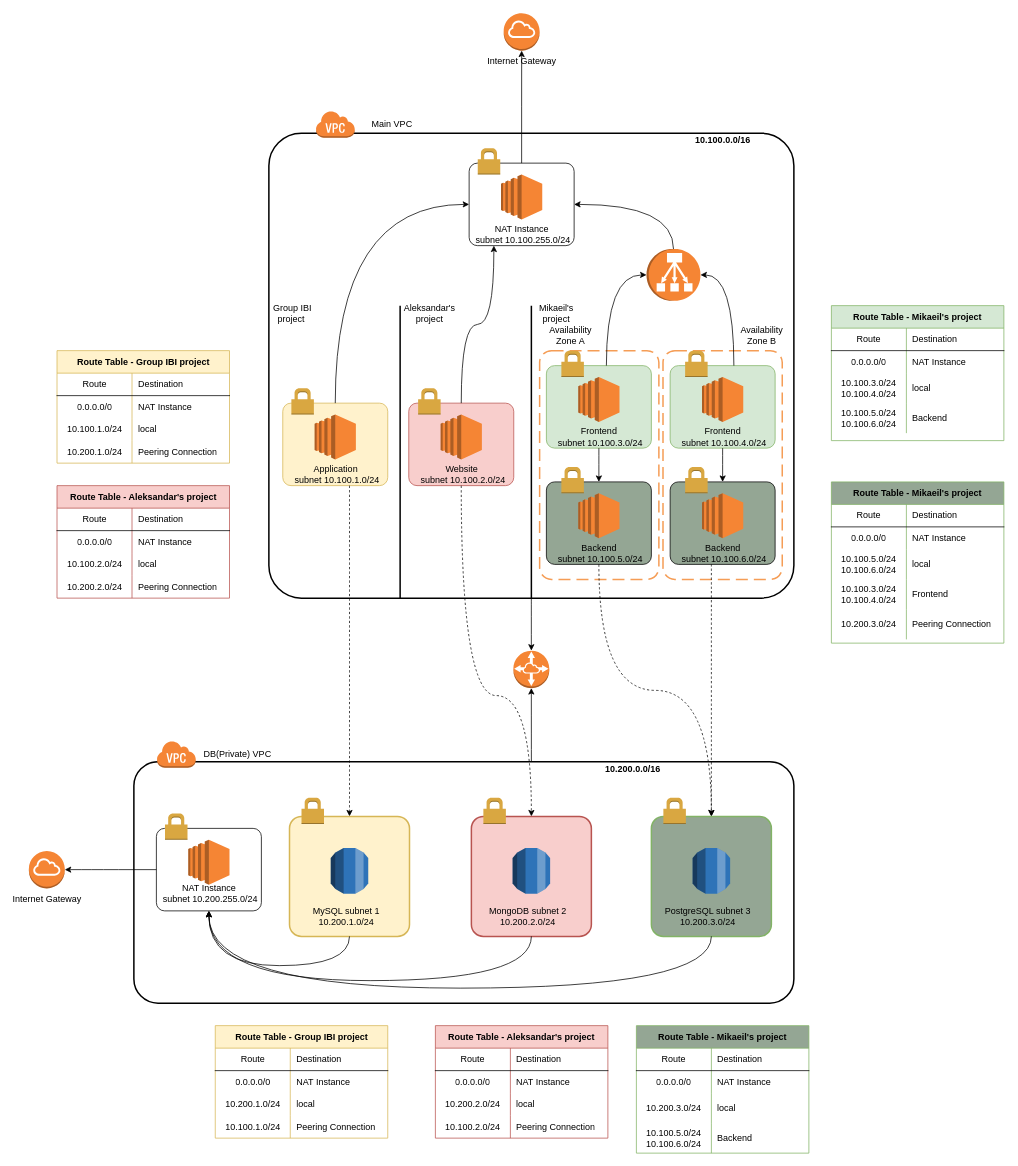
Before: Documentation/AWS_Infrastructure for 3.drawio in dmitrlv/RDEnvi, a draw.io diagram. Source tidied: cells renumbered, new cells numbered last; positions are measured from the earlier drawing's top-left corner, leaving out a move shared by most shapes. Both pictures are drawn from the tidied source at 75%, with x=0, y=0 at pixel (28, 13).
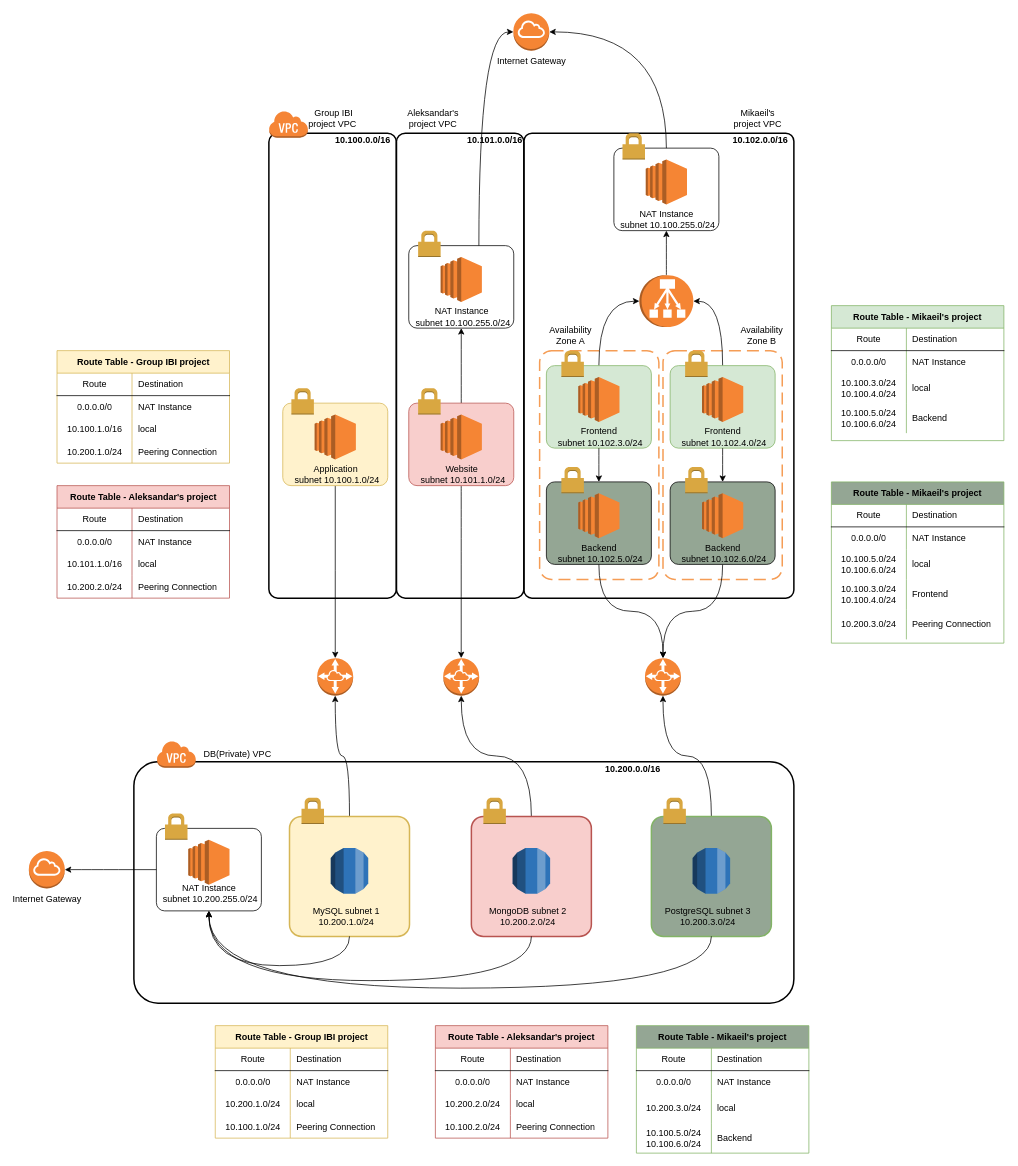
The same page after the edit.

Unchanged cells that the change refers to:
```xml
<mxCell id="2" style="rounded=1;arcSize=10;dashed=0;gradientColor=none;strokeWidth=1;fillColor=#94A694;" parent="1" vertex="1">
  <mxGeometry x="690" y="625" width="140" height="110" as="geometry" />
</mxCell>
<mxCell id="3" style="rounded=1;arcSize=10;dashed=0;gradientColor=none;strokeWidth=1;fillColor=#94A694;" parent="1" vertex="1">
  <mxGeometry x="855" y="625" width="140" height="110" as="geometry" />
</mxCell>
<mxCell id="4" style="rounded=1;arcSize=10;dashed=0;fillColor=#d5e8d4;strokeWidth=1;strokeColor=#82b366;" parent="1" vertex="1">
  <mxGeometry x="855" y="470" width="140" height="110" as="geometry" />
</mxCell>
<mxCell id="5" style="rounded=1;arcSize=10;dashed=0;fillColor=#d5e8d4;strokeWidth=1;strokeColor=#82b366;" parent="1" vertex="1">
  <mxGeometry x="690" y="470" width="140" height="110" as="geometry" />
</mxCell>
<mxCell id="6" style="rounded=1;arcSize=10;dashed=0;fillColor=#f8cecc;strokeWidth=1;strokeColor=#b85450;" parent="1" vertex="1">
  <mxGeometry x="506.5" y="520" width="140" height="110" as="geometry" />
</mxCell>
<mxCell id="7" style="rounded=1;arcSize=10;dashed=0;fillColor=#fff2cc;strokeWidth=1;strokeColor=#d6b656;" parent="1" vertex="1">
  <mxGeometry x="338.5" y="520" width="140" height="110" as="geometry" />
</mxCell>
<mxCell id="8" style="rounded=1;arcSize=10;dashed=0;fillColor=none;gradientColor=none;strokeWidth=2;" parent="1" vertex="1">
  <mxGeometry x="140" y="998" width="880" height="322" as="geometry" />
</mxCell>
<mxCell id="62" style="rounded=1;arcSize=10;dashed=0;fillColor=#fff2cc;strokeWidth=2;strokeColor=#d6b656;" parent="1" vertex="1">
  <mxGeometry x="347.5" y="1071" width="160" height="160" as="geometry" />
</mxCell>
<mxCell id="66" style="rounded=1;arcSize=10;dashed=0;fillColor=#f8cecc;strokeWidth=2;strokeColor=#b85450;" parent="1" vertex="1">
  <mxGeometry x="590" y="1071" width="160" height="160" as="geometry" />
</mxCell>
<mxCell id="70" style="rounded=1;arcSize=10;dashed=0;strokeWidth=2;strokeColor=#82b366;fillColor=#94A694;" parent="1" vertex="1">
  <mxGeometry x="830" y="1071" width="160" height="160" as="geometry" />
</mxCell>
<mxCell id="83" style="shape=partialRectangle;html=1;whiteSpace=wrap;fillColor=none;top=0;left=0;bottom=0;right=0;" parent="76" vertex="1">
  <mxGeometry y="90" width="230" height="30" as="geometry" />
</mxCell>
<mxCell id="105" style="shape=partialRectangle;html=1;whiteSpace=wrap;fillColor=none;top=0;left=0;bottom=0;right=0;" parent="98" vertex="1">
  <mxGeometry y="90" width="230" height="30" as="geometry" />
</mxCell>
```

Change to the diagram source:
```diff
@@
+    <mxCell id="11" style="rounded=1;arcSize=10;dashed=1;strokeColor=#F59D56;fillColor=none;gradientColor=none;dashPattern=8 4;strokeWidth=2;" parent="1" vertex="1">
+      <mxGeometry x="845.5" y="450" width="159" height="305" as="geometry" />
+    </mxCell>
+    <mxCell id="12" style="rounded=1;arcSize=10;dashed=1;strokeColor=#F59D56;fillColor=none;gradientColor=none;dashPattern=8 4;strokeWidth=2;" parent="1" vertex="1">
+      <mxGeometry x="681" y="450" width="159" height="305" as="geometry" />
+    </mxCell>
+    <mxCell id="179" style="rounded=1;whiteSpace=wrap;html=1;fillColor=none;strokeWidth=2;arcSize=3;" parent="1" vertex="1">
+      <mxGeometry x="660" y="160" width="360" height="620" as="geometry" />
+    </mxCell>
+    <mxCell id="10" style="rounded=1;whiteSpace=wrap;html=1;fillColor=none;strokeWidth=2;arcSize=7;" parent="1" vertex="1">
+      <mxGeometry x="320" y="160" width="170" height="620" as="geometry" />
+    </mxCell>
+    <mxCell id="180" style="rounded=1;whiteSpace=wrap;html=1;fillColor=none;strokeWidth=2;arcSize=7;" parent="1" vertex="1">
+      <mxGeometry x="490" y="160" width="170" height="620" as="geometry" />
+    </mxCell>
@@
+    <mxCell id="181" style="edgeStyle=orthogonalEdgeStyle;curved=1;jettySize=auto;html=1;" parent="1" edge="1" source="3" target="199">
+      <mxGeometry relative="1" as="geometry" />
+    </mxCell>
@@
+    <mxCell id="45" style="edgeStyle=orthogonalEdgeStyle;curved=1;jettySize=auto;html=1;entryX=0.5;entryY=0;entryDx=0;entryDy=0;entryPerimeter=0;" parent="1" edge="1" source="4" target="58">
+      <mxGeometry relative="1" as="geometry" />
+    </mxCell>
@@
+    <mxCell id="32" style="edgeStyle=orthogonalEdgeStyle;jettySize=auto;html=1;entryX=0.5;entryY=1;entryDx=0;entryDy=0;entryPerimeter=0;curved=1;" parent="1" edge="1" source="5" target="58">
+      <mxGeometry relative="1" as="geometry" />
+    </mxCell>
@@
+    <mxCell id="24" style="edgeStyle=orthogonalEdgeStyle;curved=1;jettySize=auto;html=1;" parent="1" edge="1" source="6" target="56">
+      <mxGeometry relative="1" as="geometry" />
+    </mxCell>
+    <mxCell id="182" style="edgeStyle=orthogonalEdgeStyle;curved=1;jettySize=auto;html=1;entryX=0.5;entryY=0;entryDx=0;entryDy=0;entryPerimeter=0;" parent="1" edge="1" source="6" target="198">
+      <mxGeometry relative="1" as="geometry" />
+    </mxCell>
@@
+    <mxCell id="183" style="edgeStyle=orthogonalEdgeStyle;curved=1;jettySize=auto;html=1;" parent="1" edge="1" source="7" target="197">
+      <mxGeometry relative="1" as="geometry" />
+    </mxCell>
@@
-    <mxCell id="9" style="edgeStyle=orthogonalEdgeStyle;curved=1;jettySize=auto;html=1;entryX=0.5;entryY=0;entryDx=0;entryDy=0;entryPerimeter=0;strokeWidth=1;" parent="1" edge="1" source="10" target="75">
-      <mxGeometry relative="1" as="geometry" />
-    </mxCell>
-    <mxCell id="10" style="rounded=1;whiteSpace=wrap;html=1;fillColor=none;strokeWidth=2;arcSize=7;" parent="1" vertex="1">
-      <mxGeometry x="320" y="160" width="700" height="620" as="geometry" />
-    </mxCell>
-    <mxCell id="11" style="rounded=1;arcSize=10;dashed=1;strokeColor=#F59D56;fillColor=none;gradientColor=none;dashPattern=8 4;strokeWidth=2;" parent="1" vertex="1">
-      <mxGeometry x="845.5" y="450" width="159" height="305" as="geometry" />
-    </mxCell>
-    <mxCell id="12" style="rounded=1;arcSize=10;dashed=1;strokeColor=#F59D56;fillColor=none;gradientColor=none;dashPattern=8 4;strokeWidth=2;" parent="1" vertex="1">
-      <mxGeometry x="681" y="450" width="159" height="305" as="geometry" />
-    </mxCell>
-    <mxCell id="13" style="endArrow=none;html=1;strokeWidth=2;exitX=0.25;exitY=1;exitDx=0;exitDy=0;" parent="1" edge="1" source="10">
-      <mxGeometry relative="1" as="geometry">
-        <mxPoint x="495" y="390" as="targetPoint" />
-      </mxGeometry>
-    </mxCell>
-    <mxCell id="14" style="endArrow=none;html=1;strokeWidth=2;exitX=0.5;exitY=1;exitDx=0;exitDy=0;" parent="1" edge="1" source="10">
-      <mxGeometry relative="1" as="geometry">
-        <mxPoint x="670" y="390" as="targetPoint" />
-      </mxGeometry>
-    </mxCell>
@@
-    <mxCell id="16" style="edgeStyle=orthogonalEdgeStyle;jettySize=auto;html=1;entryX=0;entryY=0.5;entryDx=0;entryDy=0;strokeWidth=1;curved=1;" parent="1" edge="1" source="7" target="54">
-      <mxGeometry relative="1" as="geometry">
-        <Array as="points">
-          <mxPoint x="409" y="255" />
-        </Array>
-      </mxGeometry>
-    </mxCell>
-    <mxCell id="17" style="edgeStyle=orthogonalEdgeStyle;curved=1;jettySize=auto;html=1;entryX=0.5;entryY=0;entryDx=0;entryDy=0;strokeWidth=1;dashed=1;" parent="1" edge="1" source="7" target="62">
-      <mxGeometry relative="1" as="geometry">
-        <Array as="points">
-          <mxPoint x="428" y="851" />
-        </Array>
-      </mxGeometry>
-    </mxCell>
@@
     <mxCell id="20" value="10.100.0.0/16" style="text;html=1;align=center;verticalAlign=middle;strokeWidth=1;fontStyle=1;" parent="1" vertex="1">
-      <mxGeometry x="880" y="160" width="90" height="20" as="geometry" />
+      <mxGeometry x="400" y="160" width="90" height="20" as="geometry" />
     </mxCell>
     <mxCell id="21" style="dashed=0;html=1;shape=mxgraph.aws3.virtual_private_cloud;fillColor=#F58536;gradientColor=none;dashed=0;" parent="1" vertex="1">
-      <mxGeometry x="382.5" y="130" width="52" height="36" as="geometry" />
+      <mxGeometry x="320" y="130" width="52" height="36" as="geometry" />
     </mxCell>
-    <mxCell id="22" value="Main VPC" style="text;html=1;align=center;verticalAlign=middle;" parent="1" vertex="1">
-      <mxGeometry x="449" y="138" width="70" height="20" as="geometry" />
-    </mxCell>
@@
-    <mxCell id="24" style="edgeStyle=orthogonalEdgeStyle;curved=1;jettySize=auto;html=1;strokeWidth=1;" parent="1" edge="1" source="6" target="56">
-      <mxGeometry relative="1" as="geometry">
-        <Array as="points">
-          <mxPoint x="577" y="415" />
-          <mxPoint x="620" y="415" />
-        </Array>
-      </mxGeometry>
-    </mxCell>
-    <mxCell id="25" style="edgeStyle=orthogonalEdgeStyle;curved=1;jettySize=auto;html=1;entryX=0.5;entryY=0;entryDx=0;entryDy=0;dashed=1;strokeWidth=1;" parent="1" edge="1" source="6" target="66">
-      <mxGeometry relative="1" as="geometry">
-        <Array as="points">
-          <mxPoint x="577" y="910" />
-          <mxPoint x="670" y="910" />
-        </Array>
-      </mxGeometry>
-    </mxCell>
@@
-    <mxCell id="27" value="Website&lt;br&gt;&amp;nbsp;subnet&amp;nbsp;10.100.2.0/24" style="text;html=1;align=center;verticalAlign=middle;strokeWidth=1;" parent="1" vertex="1">
+    <mxCell id="27" value="Website&lt;br&gt;&amp;nbsp;subnet&amp;nbsp;10.101.1.0/24" style="text;html=1;align=center;verticalAlign=middle;strokeWidth=1;" parent="1" vertex="1">
       <mxGeometry x="511.5" y="600" width="130" height="30" as="geometry" />
     </mxCell>
-    <mxCell id="28" value="&amp;nbsp;Group IBI project" style="text;html=1;strokeColor=none;fillColor=none;align=center;verticalAlign=middle;whiteSpace=wrap;rounded=0;" parent="1" vertex="1">
-      <mxGeometry x="320" y="390" width="60" height="20" as="geometry" />
+    <mxCell id="28" value="&amp;nbsp;Group IBI project VPC" style="text;html=1;strokeColor=none;fillColor=none;align=center;verticalAlign=middle;whiteSpace=wrap;rounded=0;" parent="1" vertex="1">
+      <mxGeometry x="371" y="130" width="68" height="20" as="geometry" />
     </mxCell>
-    <mxCell id="29" value="Aleksandar's project" style="text;html=1;strokeColor=none;fillColor=none;align=center;verticalAlign=middle;whiteSpace=wrap;rounded=0;" parent="1" vertex="1">
-      <mxGeometry x="506.5" y="390" width="55" height="20" as="geometry" />
+    <mxCell id="29" value="Aleksandar's project VPC" style="text;html=1;strokeColor=none;fillColor=none;align=center;verticalAlign=middle;whiteSpace=wrap;rounded=0;" parent="1" vertex="1">
+      <mxGeometry x="506.5" y="130" width="63.5" height="20" as="geometry" />
     </mxCell>
-    <mxCell id="30" value="Mikaeil's&lt;br&gt;project" style="text;html=1;align=center;verticalAlign=middle;" parent="1" vertex="1">
-      <mxGeometry x="672.5" y="385" width="60" height="30" as="geometry" />
-    </mxCell>
@@
-    <mxCell id="32" style="edgeStyle=orthogonalEdgeStyle;curved=1;jettySize=auto;html=1;entryX=0.5;entryY=1;entryDx=0;entryDy=0;entryPerimeter=0;strokeWidth=1;" parent="1" edge="1" source="5" target="58">
-      <mxGeometry relative="1" as="geometry">
-        <Array as="points">
-          <mxPoint x="770" y="349" />
-        </Array>
-      </mxGeometry>
-    </mxCell>
@@
-    <mxCell id="35" value="Frontend&lt;br&gt;&amp;nbsp;subnet&amp;nbsp;10.100.3.0/24" style="text;html=1;align=center;verticalAlign=middle;points=[];strokeWidth=1;" parent="1" vertex="1">
+    <mxCell id="35" value="Frontend&lt;br&gt;&amp;nbsp;subnet&amp;nbsp;10.102.3.0/24" style="text;html=1;align=center;verticalAlign=middle;points=[];strokeWidth=1;" parent="1" vertex="1">
       <mxGeometry x="695" y="550" width="130" height="30" as="geometry" />
     </mxCell>
@@
-    <mxCell id="37" style="edgeStyle=orthogonalEdgeStyle;curved=1;jettySize=auto;html=1;entryX=0.5;entryY=0;entryDx=0;entryDy=0;dashed=1;strokeWidth=1;" parent="1" edge="1" source="2" target="70">
-      <mxGeometry relative="1" as="geometry" />
-    </mxCell>
@@
+    <mxCell id="184" style="edgeStyle=orthogonalEdgeStyle;curved=1;jettySize=auto;html=1;" parent="1" edge="1" source="39" target="199">
+      <mxGeometry relative="1" as="geometry" />
+    </mxCell>
-    <mxCell id="39" value="Backend&lt;br&gt;&amp;nbsp;subnet&amp;nbsp;10.100.5.0/24" style="text;html=1;align=center;verticalAlign=middle;points=[];strokeWidth=1;" parent="1" vertex="1">
+    <mxCell id="39" value="Backend&lt;br&gt;&amp;nbsp;subnet&amp;nbsp;10.102.5.0/24" style="text;html=1;align=center;verticalAlign=middle;points=[];strokeWidth=1;" parent="1" vertex="1">
       <mxGeometry x="695" y="705" width="130" height="30" as="geometry" />
     </mxCell>
@@
-    <mxCell id="41" style="edgeStyle=orthogonalEdgeStyle;curved=1;jettySize=auto;html=1;entryX=0.5;entryY=0;entryDx=0;entryDy=0;dashed=1;strokeWidth=1;" parent="1" edge="1" source="3" target="70">
-      <mxGeometry relative="1" as="geometry">
-        <Array as="points">
-          <mxPoint x="910" y="830" />
-          <mxPoint x="910" y="830" />
-        </Array>
-      </mxGeometry>
-    </mxCell>
@@
-    <mxCell id="43" value="Backend&lt;br&gt;&amp;nbsp;subnet&amp;nbsp;10.100.6.0/24" style="text;html=1;align=center;verticalAlign=middle;strokeWidth=1;" parent="1" vertex="1">
+    <mxCell id="43" value="Backend&lt;br&gt;&amp;nbsp;subnet&amp;nbsp;10.102.6.0/24" style="text;html=1;align=center;verticalAlign=middle;strokeWidth=1;" parent="1" vertex="1">
       <mxGeometry x="860" y="705" width="130" height="30" as="geometry" />
     </mxCell>
@@
-    <mxCell id="45" style="edgeStyle=orthogonalEdgeStyle;curved=1;jettySize=auto;html=1;entryX=0.5;entryY=0;entryDx=0;entryDy=0;entryPerimeter=0;strokeWidth=1;" parent="1" edge="1" source="4" target="58">
-      <mxGeometry relative="1" as="geometry">
-        <Array as="points">
-          <mxPoint x="940" y="349" />
-        </Array>
-      </mxGeometry>
-    </mxCell>
@@
-    <mxCell id="48" value="Frontend&lt;br&gt;&amp;nbsp;subnet&amp;nbsp;10.100.4.0/24" style="text;html=1;align=center;verticalAlign=middle;points=[];strokeWidth=1;" parent="1" vertex="1">
+    <mxCell id="48" value="Frontend&lt;br&gt;&amp;nbsp;subnet&amp;nbsp;10.102.4.0/24" style="text;html=1;align=center;verticalAlign=middle;points=[];strokeWidth=1;" parent="1" vertex="1">
       <mxGeometry x="860" y="550" width="130" height="30" as="geometry" />
     </mxCell>
@@
     <mxCell id="51" value="Internet Gateway" style="outlineConnect=0;dashed=0;verticalLabelPosition=bottom;verticalAlign=top;align=center;html=1;shape=mxgraph.aws3.internet_gateway;fillColor=#F58534;gradientColor=none;strokeWidth=1;" parent="1" vertex="1">
-      <mxGeometry x="633.1" width="47.9" height="50" as="geometry" />
+      <mxGeometry x="646" width="47.9" height="50" as="geometry" />
     </mxCell>
     <mxCell id="52" style="dashed=0;verticalLabelPosition=bottom;verticalAlign=top;align=center;html=1;shape=mxgraph.aws3.ec2;fillColor=#F58534;gradientColor=none;strokeWidth=1;" parent="1" vertex="1">
-      <mxGeometry x="629.5" y="215" width="55" height="60" as="geometry" />
+      <mxGeometry x="549" y="325" width="55" height="60" as="geometry" />
     </mxCell>
-    <mxCell id="53" style="edgeStyle=orthogonalEdgeStyle;rounded=0;jettySize=auto;html=1;entryX=0.5;entryY=1;entryDx=0;entryDy=0;entryPerimeter=0;strokeWidth=1;" parent="1" edge="1" source="54" target="51">
-      <mxGeometry relative="1" as="geometry" />
+    <mxCell id="53" style="edgeStyle=orthogonalEdgeStyle;curved=1;jettySize=auto;html=1;entryX=0;entryY=0.5;entryDx=0;entryDy=0;entryPerimeter=0;" parent="1" edge="1" source="54" target="51">
+      <mxGeometry relative="1" as="geometry">
+        <Array as="points">
+          <mxPoint x="600" y="25" />
+        </Array>
+      </mxGeometry>
     </mxCell>
     <mxCell id="54" style="rounded=1;arcSize=10;dashed=0;fillColor=none;gradientColor=none;strokeWidth=1;" parent="1" vertex="1">
-      <mxGeometry x="587" y="200" width="140" height="110" as="geometry" />
+      <mxGeometry x="506.5" y="310" width="140" height="110" as="geometry" />
     </mxCell>
     <mxCell id="55" style="dashed=0;html=1;shape=mxgraph.aws3.permissions;fillColor=#D9A741;gradientColor=none;dashed=0;strokeWidth=1;" parent="1" vertex="1">
-      <mxGeometry x="598.5" y="180" width="30" height="35" as="geometry" />
+      <mxGeometry x="519" y="290" width="30" height="35" as="geometry" />
     </mxCell>
     <mxCell id="56" value="NAT Instance&lt;br&gt;&amp;nbsp;subnet&amp;nbsp;10.100.255.0/24" style="text;html=1;align=center;verticalAlign=middle;points=[];strokeWidth=1;" parent="1" vertex="1">
-      <mxGeometry x="587" y="280" width="140" height="30" as="geometry" />
+      <mxGeometry x="506.5" y="390" width="140" height="30" as="geometry" />
     </mxCell>
-    <mxCell id="57" style="edgeStyle=orthogonalEdgeStyle;curved=1;jettySize=auto;html=1;entryX=1;entryY=0.5;entryDx=0;entryDy=0;strokeWidth=1;" parent="1" edge="1" source="58" target="54">
-      <mxGeometry relative="1" as="geometry">
-        <Array as="points">
-          <mxPoint x="860" y="255" />
-        </Array>
-      </mxGeometry>
-    </mxCell>
+    <mxCell id="185" style="edgeStyle=orthogonalEdgeStyle;curved=1;jettySize=auto;html=1;" parent="1" edge="1" source="58" target="196">
+      <mxGeometry relative="1" as="geometry" />
+    </mxCell>
     <mxCell id="58" style="outlineConnect=0;dashed=0;verticalLabelPosition=bottom;verticalAlign=top;align=center;html=1;shape=mxgraph.aws3.classic_load_balancer;fillColor=#F58534;gradientColor=none;strokeWidth=1;rotation=90;" parent="1" vertex="1">
-      <mxGeometry x="825" y="313" width="69" height="72" as="geometry" />
+      <mxGeometry x="815.5" y="348" width="69" height="72" as="geometry" />
     </mxCell>
-    <mxCell id="59" style="edgeStyle=orthogonalEdgeStyle;curved=1;jettySize=auto;html=1;entryX=0.5;entryY=1;entryDx=0;entryDy=0;entryPerimeter=0;strokeWidth=1;" parent="1" edge="1" source="8" target="75">
-      <mxGeometry relative="1" as="geometry">
-        <Array as="points">
-          <mxPoint x="670" y="970" />
-          <mxPoint x="670" y="970" />
-        </Array>
-      </mxGeometry>
-    </mxCell>
@@
+    <mxCell id="186" style="edgeStyle=orthogonalEdgeStyle;curved=1;jettySize=auto;html=1;entryX=0.5;entryY=1;entryDx=0;entryDy=0;entryPerimeter=0;" parent="1" edge="1" source="62" target="197">
+      <mxGeometry relative="1" as="geometry" />
+    </mxCell>
@@
+    <mxCell id="187" style="edgeStyle=orthogonalEdgeStyle;curved=1;jettySize=auto;html=1;" parent="1" edge="1" source="66" target="198">
+      <mxGeometry relative="1" as="geometry" />
+    </mxCell>
@@
+    <mxCell id="188" style="edgeStyle=orthogonalEdgeStyle;curved=1;jettySize=auto;html=1;entryX=0.5;entryY=1;entryDx=0;entryDy=0;entryPerimeter=0;" parent="1" edge="1" source="70" target="199">
+      <mxGeometry relative="1" as="geometry" />
+    </mxCell>
@@
-    <mxCell id="75" style="outlineConnect=0;dashed=0;verticalLabelPosition=bottom;verticalAlign=top;align=center;html=1;shape=mxgraph.aws3.vpc_peering;fillColor=#F58534;gradientColor=none;strokeWidth=1;" parent="1" vertex="1">
-      <mxGeometry x="646" y="850" width="47.9" height="50" as="geometry" />
-    </mxCell>
@@
-    <mxCell id="84" value="10.100.1.0/24" style="shape=partialRectangle;html=1;whiteSpace=wrap;fillColor=none;top=0;left=0;bottom=0;right=0;overflow=hidden;" parent="83" vertex="1">
+    <mxCell id="84" value="10.100.1.0/16" style="shape=partialRectangle;html=1;whiteSpace=wrap;fillColor=none;top=0;left=0;bottom=0;right=0;overflow=hidden;" parent="83" vertex="1">
       <mxGeometry width="100" height="30" as="geometry" />
     </mxCell>
@@
-    <mxCell id="106" value="10.100.2.0/24" style="shape=partialRectangle;html=1;whiteSpace=wrap;fillColor=none;top=0;left=0;bottom=0;right=0;overflow=hidden;" parent="105" vertex="1">
+    <mxCell id="106" value="10.101.1.0/16" style="shape=partialRectangle;html=1;whiteSpace=wrap;fillColor=none;top=0;left=0;bottom=0;right=0;overflow=hidden;" parent="105" vertex="1">
       <mxGeometry width="100" height="30" as="geometry" />
     </mxCell>
@@
+    <mxCell id="189" value="Mikaeil's project VPC" style="text;html=1;strokeColor=none;fillColor=none;align=center;verticalAlign=middle;whiteSpace=wrap;rounded=0;" parent="1" vertex="1">
+      <mxGeometry x="935" y="130" width="73.5" height="20" as="geometry" />
+    </mxCell>
+    <mxCell id="190" value="10.101.0.0/16" style="text;html=1;align=center;verticalAlign=middle;strokeWidth=1;fontStyle=1;" parent="1" vertex="1">
+      <mxGeometry x="576" y="160" width="90" height="20" as="geometry" />
+    </mxCell>
+    <mxCell id="191" value="10.102.0.0/16" style="text;html=1;align=center;verticalAlign=middle;strokeWidth=1;fontStyle=1;" parent="1" vertex="1">
+      <mxGeometry x="930" y="160" width="90" height="20" as="geometry" />
+    </mxCell>
+    <mxCell id="192" style="dashed=0;verticalLabelPosition=bottom;verticalAlign=top;align=center;html=1;shape=mxgraph.aws3.ec2;fillColor=#F58534;gradientColor=none;strokeWidth=1;" parent="1" vertex="1">
+      <mxGeometry x="822.5" y="195" width="55" height="60" as="geometry" />
+    </mxCell>
+    <mxCell id="193" style="edgeStyle=orthogonalEdgeStyle;curved=1;jettySize=auto;html=1;entryX=1;entryY=0.5;entryDx=0;entryDy=0;entryPerimeter=0;" parent="1" edge="1" source="194" target="51">
+      <mxGeometry relative="1" as="geometry">
+        <Array as="points">
+          <mxPoint x="850" y="25" />
+        </Array>
+      </mxGeometry>
+    </mxCell>
+    <mxCell id="194" style="rounded=1;arcSize=10;dashed=0;fillColor=none;gradientColor=none;strokeWidth=1;" parent="1" vertex="1">
+      <mxGeometry x="780" y="180" width="140" height="110" as="geometry" />
+    </mxCell>
+    <mxCell id="195" style="dashed=0;html=1;shape=mxgraph.aws3.permissions;fillColor=#D9A741;gradientColor=none;dashed=0;strokeWidth=1;" parent="1" vertex="1">
+      <mxGeometry x="791.5" y="160" width="30" height="35" as="geometry" />
+    </mxCell>
+    <mxCell id="196" value="NAT Instance&lt;br&gt;&amp;nbsp;subnet&amp;nbsp;10.100.255.0/24" style="text;html=1;align=center;verticalAlign=middle;points=[];strokeWidth=1;" parent="1" vertex="1">
+      <mxGeometry x="780" y="260" width="140" height="30" as="geometry" />
+    </mxCell>
+    <mxCell id="197" style="outlineConnect=0;dashed=0;verticalLabelPosition=bottom;verticalAlign=top;align=center;html=1;shape=mxgraph.aws3.vpc_peering;fillColor=#F58534;gradientColor=none;" parent="1" vertex="1">
+      <mxGeometry x="384.5" y="860" width="47.9" height="50" as="geometry" />
+    </mxCell>
+    <mxCell id="198" style="outlineConnect=0;dashed=0;verticalLabelPosition=bottom;verticalAlign=top;align=center;html=1;shape=mxgraph.aws3.vpc_peering;fillColor=#F58534;gradientColor=none;" parent="1" vertex="1">
+      <mxGeometry x="552.5" y="860" width="47.9" height="50" as="geometry" />
+    </mxCell>
+    <mxCell id="199" style="outlineConnect=0;dashed=0;verticalLabelPosition=bottom;verticalAlign=top;align=center;html=1;shape=mxgraph.aws3.vpc_peering;fillColor=#F58534;gradientColor=none;" parent="1" vertex="1">
+      <mxGeometry x="821.5" y="860" width="47.9" height="50" as="geometry" />
+    </mxCell>
```
